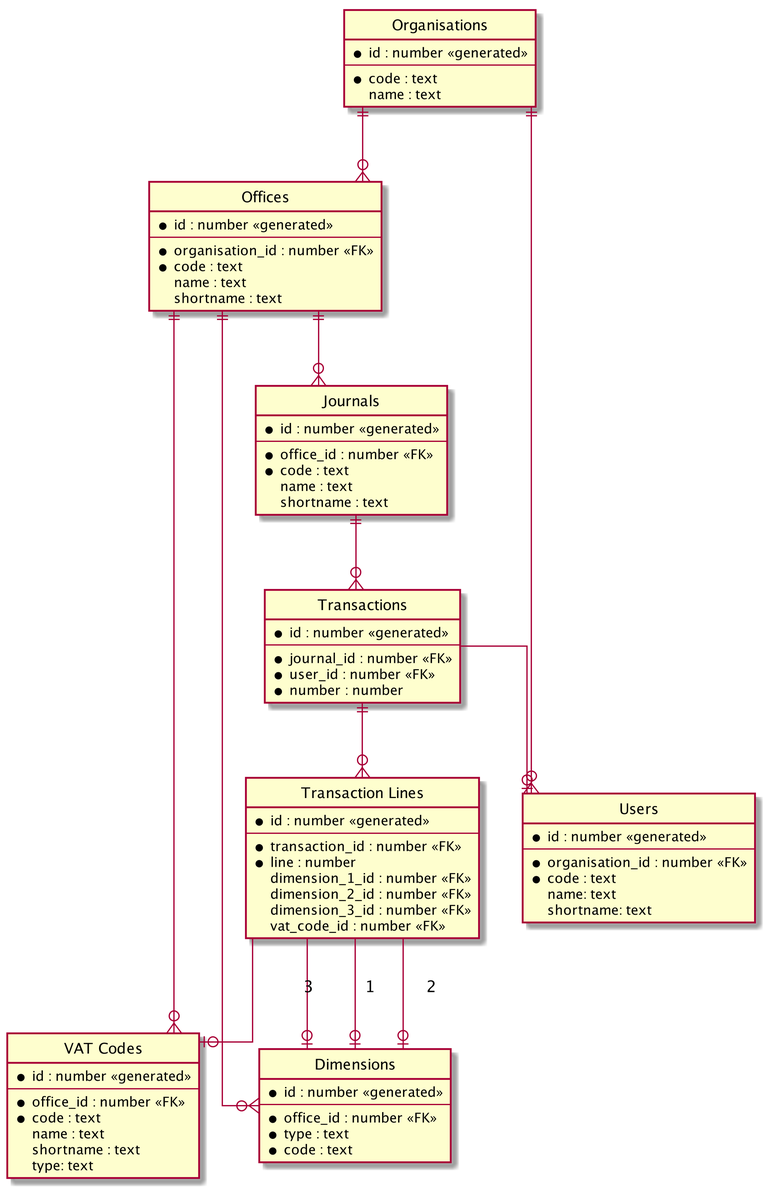
The PlantUML diagram documentation/diagram.png in wp-twinfield/wp-twinfield, before a commit.
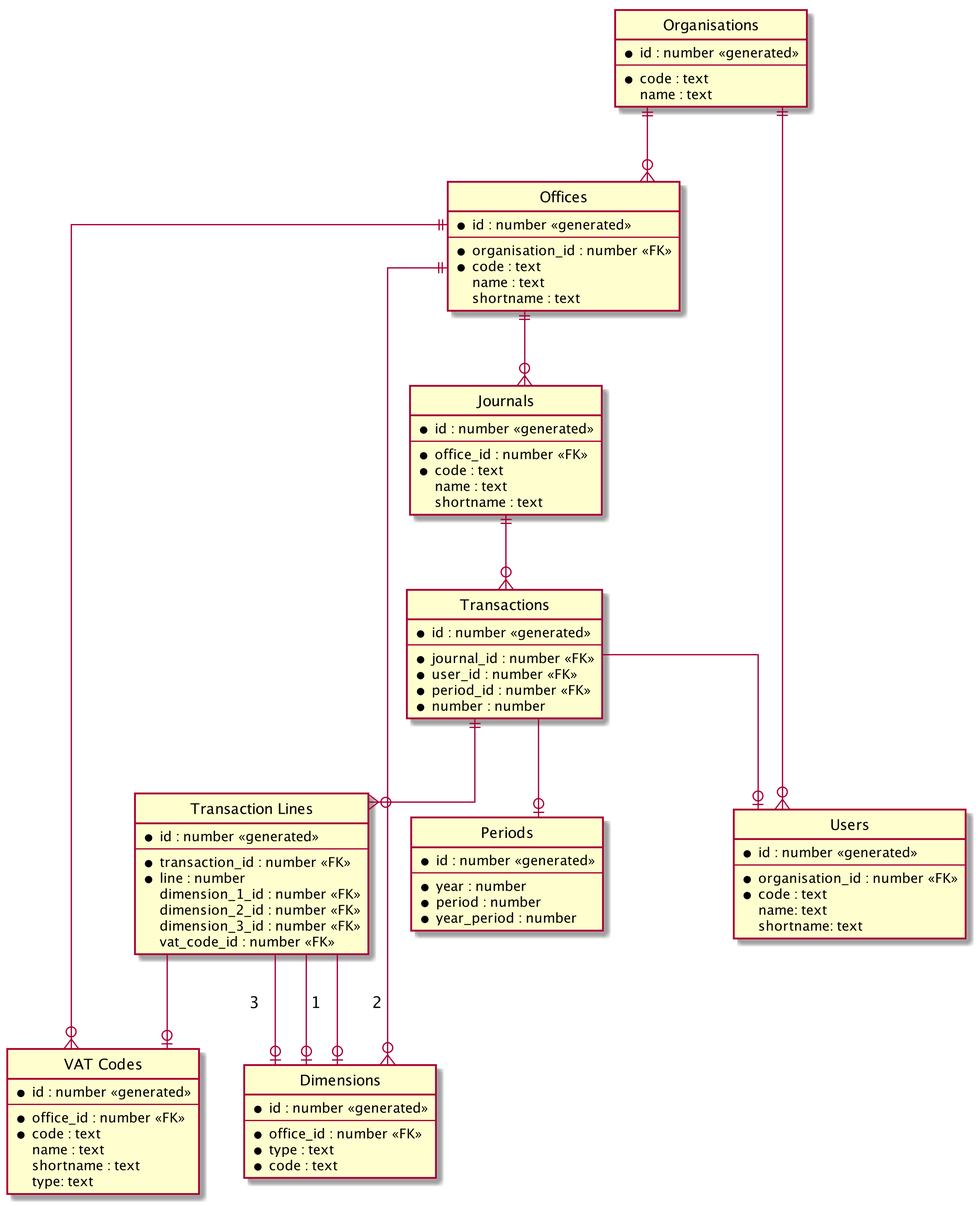
Later version of the same file.

Commit message:
Added info about periods.

The edit, as a diff of the source:
```diff
@@ -53,6 +53,7 @@
   --
   *journal_id : number <<FK>>
   *user_id : number <<FK>>
+  *period_id : number <<FK>>
   *number : number
 }
 
@@ -77,6 +78,14 @@
   type: text
 }
 
+entity "Periods" as period {
+  *id : number <<generated>>
+  --
+  *year : number
+  *period : number
+  *year_period : number
+}
+
 organisation ||--o{ user
 organisation ||--o{ office
 office ||--o{ journal
@@ -85,6 +94,7 @@
 journal ||--o{ transaction
 transaction ||--o{ transaction_line
 transaction --o| user
+transaction --o| period
 transaction_line --o| dimension : "1"
 transaction_line --o| dimension : "2"
 transaction_line --o| dimension : "3"
```
